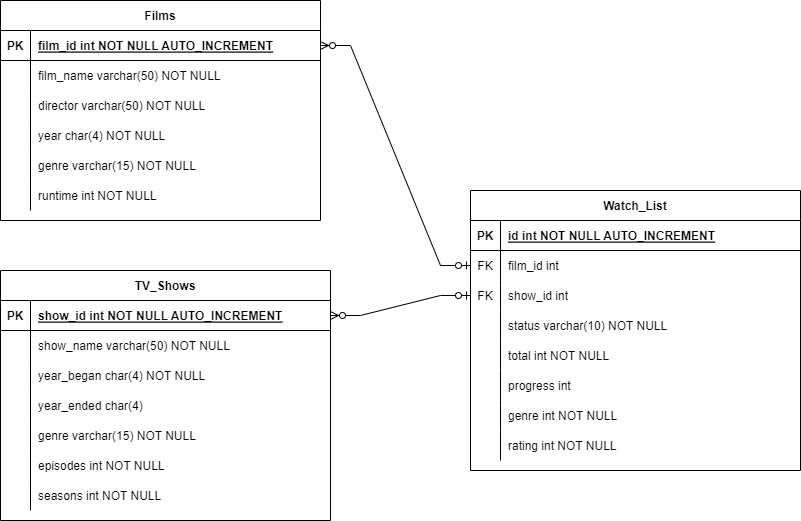
Tasdiq-Dewan/Film-TV-Tracker-Project keeps this draw.io diagram as Documents/Film TV Tracker ER diagram ver 1.drawio.png. Above is the earlier version. Source tidied: cells renumbered, new cells last; positions are measured from the earlier drawing's top-left corner, leaving out a move shared by most shapes.
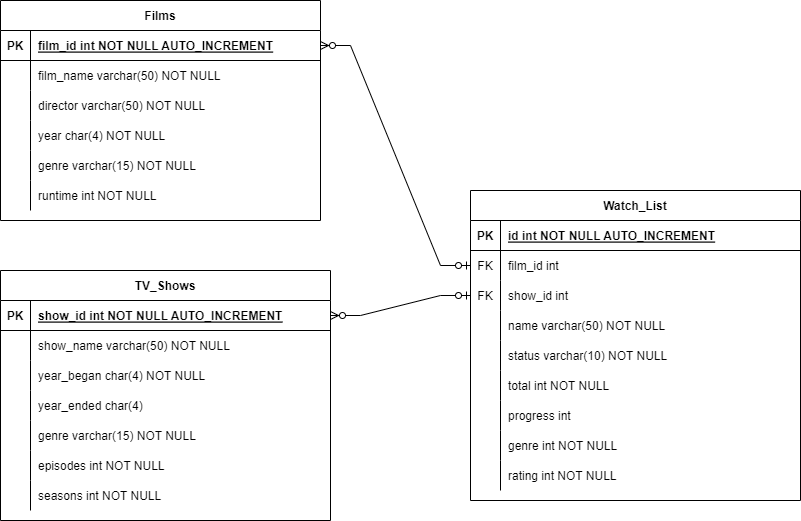
The same diagram one commit later.

Commit message:
working on UML class diagram, Finshed classes related to Film and TVShow entities

The edit, as a diff of the source:
```diff
@@ -126,7 +126,7 @@
       <mxGeometry x="30" width="300" height="30" as="geometry" />
     </mxCell>
     <mxCell id="43" value="Watch_List" style="shape=table;startSize=30;rowLines=0;fontStyle=1;align=center;" parent="1" vertex="1">
-      <mxGeometry x="470" y="190" width="330" height="280" as="geometry" />
+      <mxGeometry x="470" y="190" width="330" height="310" as="geometry" />
     </mxCell>
     <mxCell id="44" style="shape=tableRow;horizontal=0;startSize=0;swimlaneHead=0;swimlaneBody=0;fillColor=none;top=0;left=0;right=0;bottom=1;" parent="43" vertex="1">
       <mxGeometry y="30" width="330" height="30" as="geometry" />
@@ -155,8 +155,17 @@
     <mxCell id="52" value="show_id int" style="shape=partialRectangle;fillColor=none;top=0;left=0;bottom=0;right=0;align=left;spacingLeft=6;fontStyle=0;overflow=hidden;" parent="50" vertex="1">
       <mxGeometry x="30" width="300" height="30" as="geometry" />
     </mxCell>
+    <mxCell id="70" style="shape=tableRow;horizontal=0;startSize=0;swimlaneHead=0;swimlaneBody=0;fillColor=none;top=0;left=0;right=0;bottom=0;" parent="43" vertex="1">
+      <mxGeometry y="120" width="330" height="30" as="geometry" />
+    </mxCell>
+    <mxCell id="71" style="shape=partialRectangle;fillColor=none;top=0;left=0;bottom=0;right=0;overflow=hidden;" parent="70" vertex="1">
+      <mxGeometry width="30" height="30" as="geometry" />
+    </mxCell>
+    <mxCell id="72" value="name varchar(50) NOT NULL" style="shape=partialRectangle;fillColor=none;top=0;left=0;bottom=0;right=0;align=left;spacingLeft=6;overflow=hidden;" parent="70" vertex="1">
+      <mxGeometry x="30" width="300" height="30" as="geometry" />
+    </mxCell>
     <mxCell id="53" style="shape=tableRow;horizontal=0;startSize=0;swimlaneHead=0;swimlaneBody=0;fillColor=none;top=0;left=0;right=0;bottom=0;" parent="43" vertex="1">
-      <mxGeometry y="120" width="330" height="30" as="geometry" />
+      <mxGeometry y="150" width="330" height="30" as="geometry" />
     </mxCell>
     <mxCell id="54" style="shape=partialRectangle;fillColor=none;top=0;left=0;bottom=0;right=0;overflow=hidden;" parent="53" vertex="1">
       <mxGeometry width="30" height="30" as="geometry" />
@@ -165,7 +174,7 @@
       <mxGeometry x="30" width="300" height="30" as="geometry" />
     </mxCell>
     <mxCell id="56" style="shape=tableRow;horizontal=0;startSize=0;swimlaneHead=0;swimlaneBody=0;fillColor=none;top=0;left=0;right=0;bottom=0;" parent="43" vertex="1">
-      <mxGeometry y="150" width="330" height="30" as="geometry" />
+      <mxGeometry y="180" width="330" height="30" as="geometry" />
     </mxCell>
     <mxCell id="57" style="shape=partialRectangle;fillColor=none;top=0;left=0;bottom=0;right=0;overflow=hidden;" parent="56" vertex="1">
       <mxGeometry width="30" height="30" as="geometry" />
@@ -174,7 +183,7 @@
       <mxGeometry x="30" width="300" height="30" as="geometry" />
     </mxCell>
     <mxCell id="59" style="shape=tableRow;horizontal=0;startSize=0;swimlaneHead=0;swimlaneBody=0;fillColor=none;top=0;left=0;right=0;bottom=0;" parent="43" vertex="1">
-      <mxGeometry y="180" width="330" height="30" as="geometry" />
+      <mxGeometry y="210" width="330" height="30" as="geometry" />
     </mxCell>
     <mxCell id="60" style="shape=partialRectangle;fillColor=none;top=0;left=0;bottom=0;right=0;overflow=hidden;" parent="59" vertex="1">
       <mxGeometry width="30" height="30" as="geometry" />
@@ -183,7 +192,7 @@
       <mxGeometry x="30" width="300" height="30" as="geometry" />
     </mxCell>
     <mxCell id="62" style="shape=tableRow;horizontal=0;startSize=0;swimlaneHead=0;swimlaneBody=0;fillColor=none;top=0;left=0;right=0;bottom=0;" parent="43" vertex="1">
-      <mxGeometry y="210" width="330" height="30" as="geometry" />
+      <mxGeometry y="240" width="330" height="30" as="geometry" />
     </mxCell>
     <mxCell id="63" style="shape=partialRectangle;fillColor=none;top=0;left=0;bottom=0;right=0;overflow=hidden;" parent="62" vertex="1">
       <mxGeometry width="30" height="30" as="geometry" />
@@ -192,7 +201,7 @@
       <mxGeometry x="30" width="300" height="30" as="geometry" />
     </mxCell>
     <mxCell id="65" style="shape=tableRow;horizontal=0;startSize=0;swimlaneHead=0;swimlaneBody=0;fillColor=none;top=0;left=0;right=0;bottom=0;" parent="43" vertex="1">
-      <mxGeometry y="240" width="330" height="30" as="geometry" />
+      <mxGeometry y="270" width="330" height="30" as="geometry" />
     </mxCell>
     <mxCell id="66" style="shape=partialRectangle;fillColor=none;top=0;left=0;bottom=0;right=0;overflow=hidden;" parent="65" vertex="1">
       <mxGeometry width="30" height="30" as="geometry" />
```
